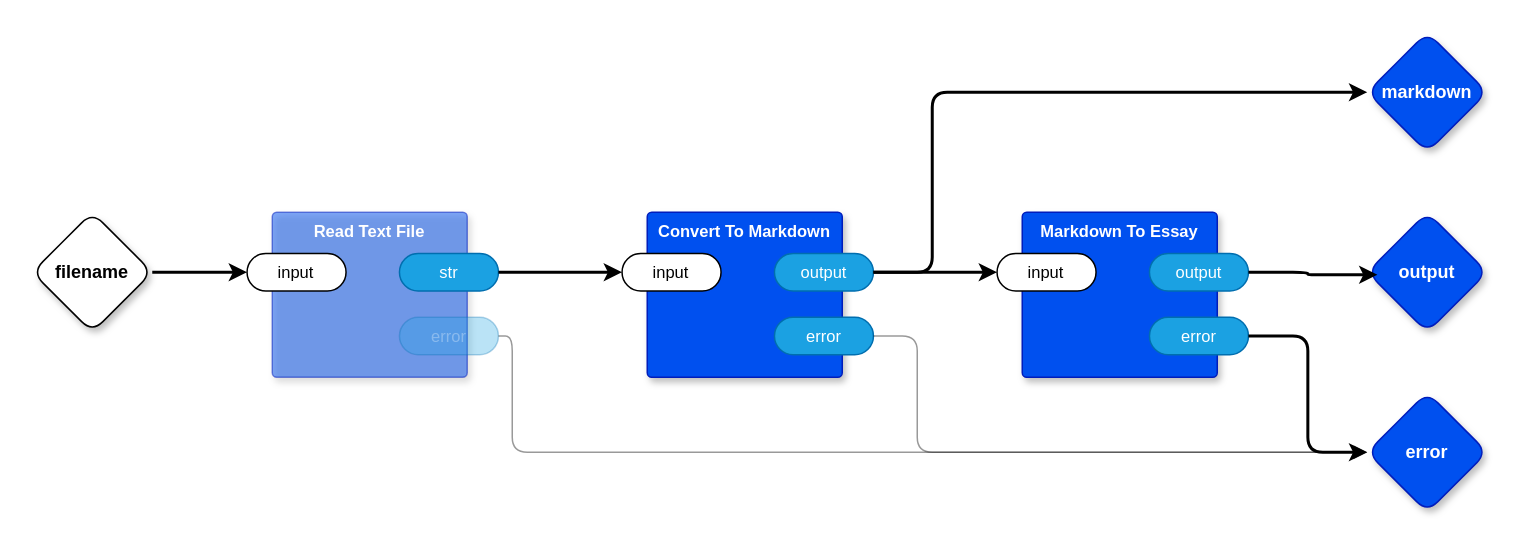
The draw.io diagram page "main" (1 of 9) of src/top.drawio in guitarvydas/kinopio2md, before the edit. Source tidied: cells renumbered, new cells numbered last; positions are measured from the earlier drawing's top-left corner, leaving out a move shared by most shapes. Both pictures are drawn from the tidied source at 150%, with x=0, y=0 at pixel (32, 32).
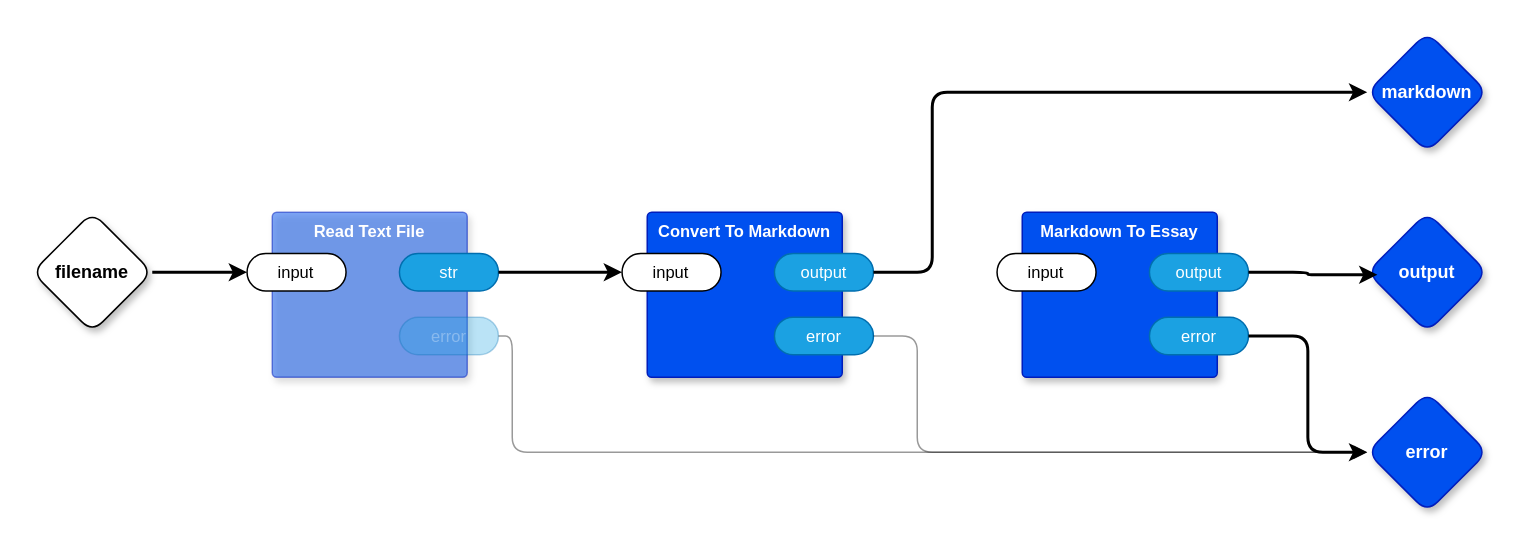
The same page after the edit.

Unchanged cells that the change refers to:
```xml
<mxCell id="13" value="output" style="rounded=1;whiteSpace=wrap;html=1;sketch=0;points=[[0,0.5,0,0,0],[1,0.5,0,0,0]];fillColor=#1ba1e2;fontColor=#ffffff;strokeColor=#006EAF;arcSize=50;fontFamily=Helvetica;fontSize=11;strokeWidth=1;" parent="11" vertex="1">
  <mxGeometry x="84.8" y="27.5" width="66" height="25" as="geometry" />
</mxCell>
<mxCell id="18" value="input" style="rounded=1;whiteSpace=wrap;html=1;sketch=0;points=[[0,0.5,0,0,0],[1,0.5,0,0,0]];arcSize=50;fontFamily=Helvetica;fontSize=11;fontColor=default;strokeWidth=1;" parent="17" vertex="1">
  <mxGeometry x="-16.8" y="27.5" width="66" height="25" as="geometry" />
</mxCell>
```

What changed in the source:
```diff
@@
-    <mxCell id="21" style="edgeStyle=orthogonalEdgeStyle;shape=connector;curved=0;rounded=1;jettySize=auto;html=1;entryX=0;entryY=0.5;entryDx=0;entryDy=0;entryPerimeter=0;labelBackgroundColor=default;strokeColor=default;strokeWidth=2;align=center;verticalAlign=middle;fontFamily=Helvetica;fontSize=11;fontColor=default;endArrow=classic;" parent="1" edge="1" source="13" target="18">
-      <mxGeometry relative="1" as="geometry" />
-    </mxCell>
```
